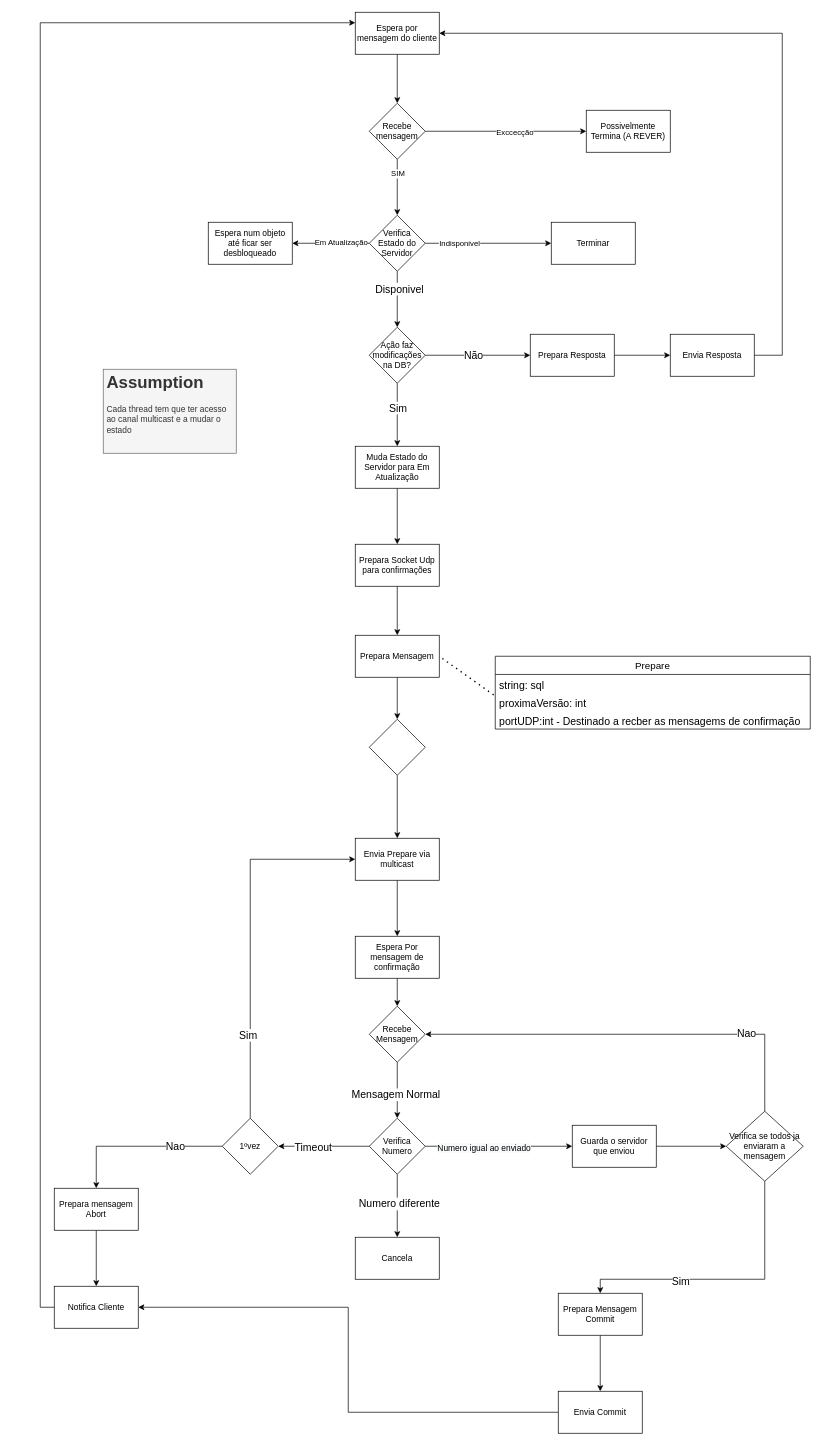
This is page "Thread TCP de Atendimento" (4 of 4) of diagramas/ThreadsServer.drawio from G3n3z/PD-Ticket-System, a draw.io file, before an edit. Source tidied: cells renumbered, new cells numbered last; positions are measured from the earlier drawing's top-left corner, leaving out a move shared by most shapes. Both pictures are drawn from the tidied source at 70%, with x=0, y=0 at pixel (40, 12).
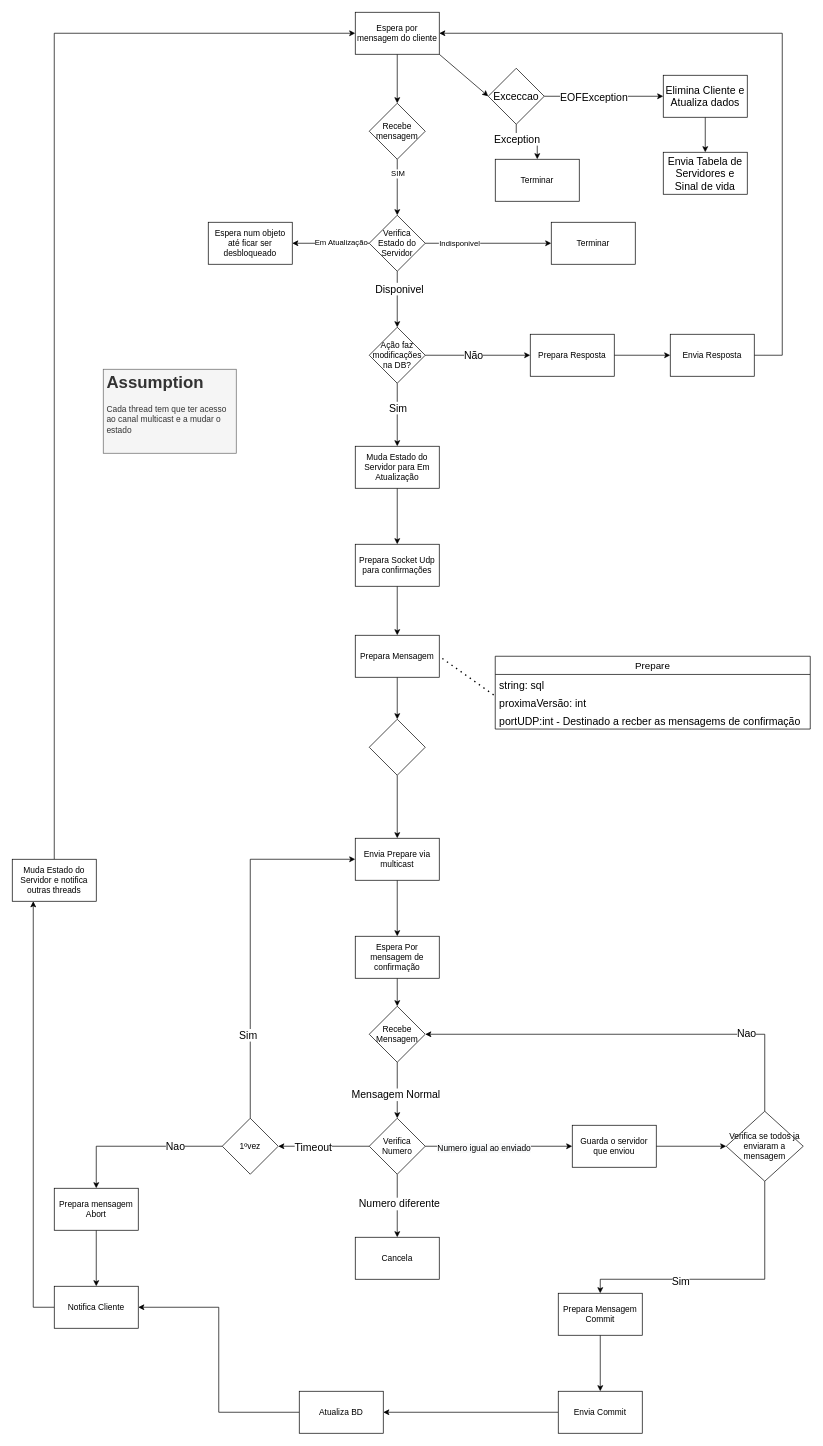
Above is the later version.

The change refers to these unchanged cells:
```xml
<mxCell id="3" value="Espera por mensagem do cliente" style="rounded=0;whiteSpace=wrap;html=1;" parent="1" vertex="1">
  <mxGeometry x="450" width="120" height="60" as="geometry" />
</mxCell>
<mxCell id="8" value="Recebe mensagem" style="rhombus;whiteSpace=wrap;html=1;rounded=0;" parent="1" vertex="1">
  <mxGeometry x="470" y="130" width="80" height="80" as="geometry" />
</mxCell>
<mxCell id="72" value="Notifica Cliente" style="whiteSpace=wrap;html=1;rounded=0;" parent="1" vertex="1">
  <mxGeometry x="20" y="1820" width="120" height="60" as="geometry" />
</mxCell>
<mxCell id="76" value="Envia Commit" style="whiteSpace=wrap;html=1;rounded=0;" parent="1" vertex="1">
  <mxGeometry x="740" y="1970" width="120" height="60" as="geometry" />
</mxCell>
```

What changed in the source:
```diff
@@
-    <mxCell id="4" style="edgeStyle=orthogonalEdgeStyle;rounded=0;jettySize=auto;html=1;" parent="1" edge="1" source="8" target="9">
-      <mxGeometry relative="1" as="geometry" />
-    </mxCell>
-    <mxCell id="5" value="Exccecção" style="edgeLabel;html=1;align=center;verticalAlign=middle;" parent="4" vertex="1">
-      <mxGeometry x="0.1" y="-1" relative="1" as="geometry" />
-    </mxCell>
@@
-    <mxCell id="9" value="Possivelmente Termina (A REVER)" style="whiteSpace=wrap;html=1;rounded=0;" parent="1" vertex="1">
-      <mxGeometry x="780" y="140" width="120" height="60" as="geometry" />
+    <mxCell id="9" value="Terminar" style="whiteSpace=wrap;html=1;rounded=0;" parent="1" vertex="1">
+      <mxGeometry x="650" y="210" width="120" height="60" as="geometry" />
     </mxCell>
@@
-    <mxCell id="71" style="edgeStyle=orthogonalEdgeStyle;rounded=0;jettySize=auto;html=1;entryX=0;entryY=0.25;entryDx=0;entryDy=0;fontSize=15;" parent="1" edge="1" source="72" target="3">
-      <mxGeometry relative="1" as="geometry">
-        <Array as="points">
-          <mxPoint y="1850" />
-          <mxPoint y="15" />
-        </Array>
-      </mxGeometry>
-    </mxCell>
+    <mxCell id="77" style="edgeStyle=orthogonalEdgeStyle;rounded=0;jettySize=auto;html=1;fontSize=15;" parent="1" edge="1" source="72" target="80">
+      <mxGeometry relative="1" as="geometry">
+        <Array as="points">
+          <mxPoint x="-10" y="1850" />
+        </Array>
+      </mxGeometry>
+    </mxCell>
@@
-    <mxCell id="75" style="edgeStyle=orthogonalEdgeStyle;rounded=0;jettySize=auto;html=1;entryX=1;entryY=0.5;entryDx=0;entryDy=0;fontSize=15;" parent="1" edge="1" source="76" target="72">
-      <mxGeometry relative="1" as="geometry" />
-    </mxCell>
+    <mxCell id="78" style="edgeStyle=orthogonalEdgeStyle;rounded=0;jettySize=auto;html=1;fontSize=15;" parent="1" edge="1" source="76" target="91">
+      <mxGeometry relative="1" as="geometry" />
+    </mxCell>
@@
+    <mxCell id="79" style="edgeStyle=orthogonalEdgeStyle;rounded=0;jettySize=auto;html=1;entryX=0;entryY=0.5;entryDx=0;entryDy=0;fontSize=15;" parent="1" edge="1" source="80" target="3">
+      <mxGeometry relative="1" as="geometry">
+        <Array as="points">
+          <mxPoint x="20" y="30" />
+        </Array>
+      </mxGeometry>
+    </mxCell>
+    <mxCell id="80" value="Muda Estado do Servidor e notifica outras threads" style="whiteSpace=wrap;html=1;rounded=0;" parent="1" vertex="1">
+      <mxGeometry x="-40" y="1210" width="120" height="60" as="geometry" />
+    </mxCell>
+    <mxCell id="81" style="edgeStyle=orthogonalEdgeStyle;rounded=0;jettySize=auto;html=1;fontSize=15;" parent="1" edge="1" source="85" target="88">
+      <mxGeometry relative="1" as="geometry" />
+    </mxCell>
+    <mxCell id="82" value="EOFException" style="edgeLabel;html=1;align=center;verticalAlign=middle;fontSize=15;" parent="81" vertex="1">
+      <mxGeometry x="-0.39" y="4" relative="1" as="geometry">
+        <mxPoint x="18" y="4" as="offset" />
+      </mxGeometry>
+    </mxCell>
+    <mxCell id="83" style="edgeStyle=orthogonalEdgeStyle;rounded=0;jettySize=auto;html=1;fontSize=15;" parent="1" edge="1" source="85" target="9">
+      <mxGeometry relative="1" as="geometry" />
+    </mxCell>
+    <mxCell id="84" value="Exception" style="edgeLabel;html=1;align=center;verticalAlign=middle;fontSize=15;" parent="83" vertex="1">
+      <mxGeometry x="-0.75" y="1" relative="1" as="geometry">
+        <mxPoint x="-1" y="10" as="offset" />
+      </mxGeometry>
+    </mxCell>
+    <mxCell id="85" value="Exceccao" style="rhombus;whiteSpace=wrap;html=1;fontSize=15;" parent="1" vertex="1">
+      <mxGeometry x="640" y="80" width="80" height="80" as="geometry" />
+    </mxCell>
+    <mxCell id="86" style="endArrow=classic;html=1;rounded=0;fontSize=15;exitX=1;exitY=1;exitDx=0;exitDy=0;entryX=0;entryY=0.5;entryDx=0;entryDy=0;" parent="1" edge="1" source="3" target="85">
+      <mxGeometry relative="1" as="geometry" />
+    </mxCell>
+    <mxCell id="87" style="edgeStyle=orthogonalEdgeStyle;rounded=0;jettySize=auto;html=1;fontSize=15;" parent="1" edge="1" source="88" target="89">
+      <mxGeometry relative="1" as="geometry" />
+    </mxCell>
+    <mxCell id="88" value="Elimina Cliente e Atualiza dados" style="whiteSpace=wrap;html=1;fontSize=15;" parent="1" vertex="1">
+      <mxGeometry x="890" y="90" width="120" height="60" as="geometry" />
+    </mxCell>
+    <mxCell id="89" value="Envia Tabela de Servidores e Sinal de vida" style="whiteSpace=wrap;html=1;fontSize=15;" parent="1" vertex="1">
+      <mxGeometry x="890" y="200" width="120" height="60" as="geometry" />
+    </mxCell>
+    <mxCell id="90" style="edgeStyle=orthogonalEdgeStyle;rounded=0;jettySize=auto;html=1;entryX=1;entryY=0.5;entryDx=0;entryDy=0;fontSize=15;" parent="1" edge="1" source="91" target="72">
+      <mxGeometry relative="1" as="geometry" />
+    </mxCell>
+    <mxCell id="91" value="Atualiza BD" style="whiteSpace=wrap;html=1;rounded=0;" parent="1" vertex="1">
+      <mxGeometry x="370" y="1970" width="120" height="60" as="geometry" />
+    </mxCell>
```
